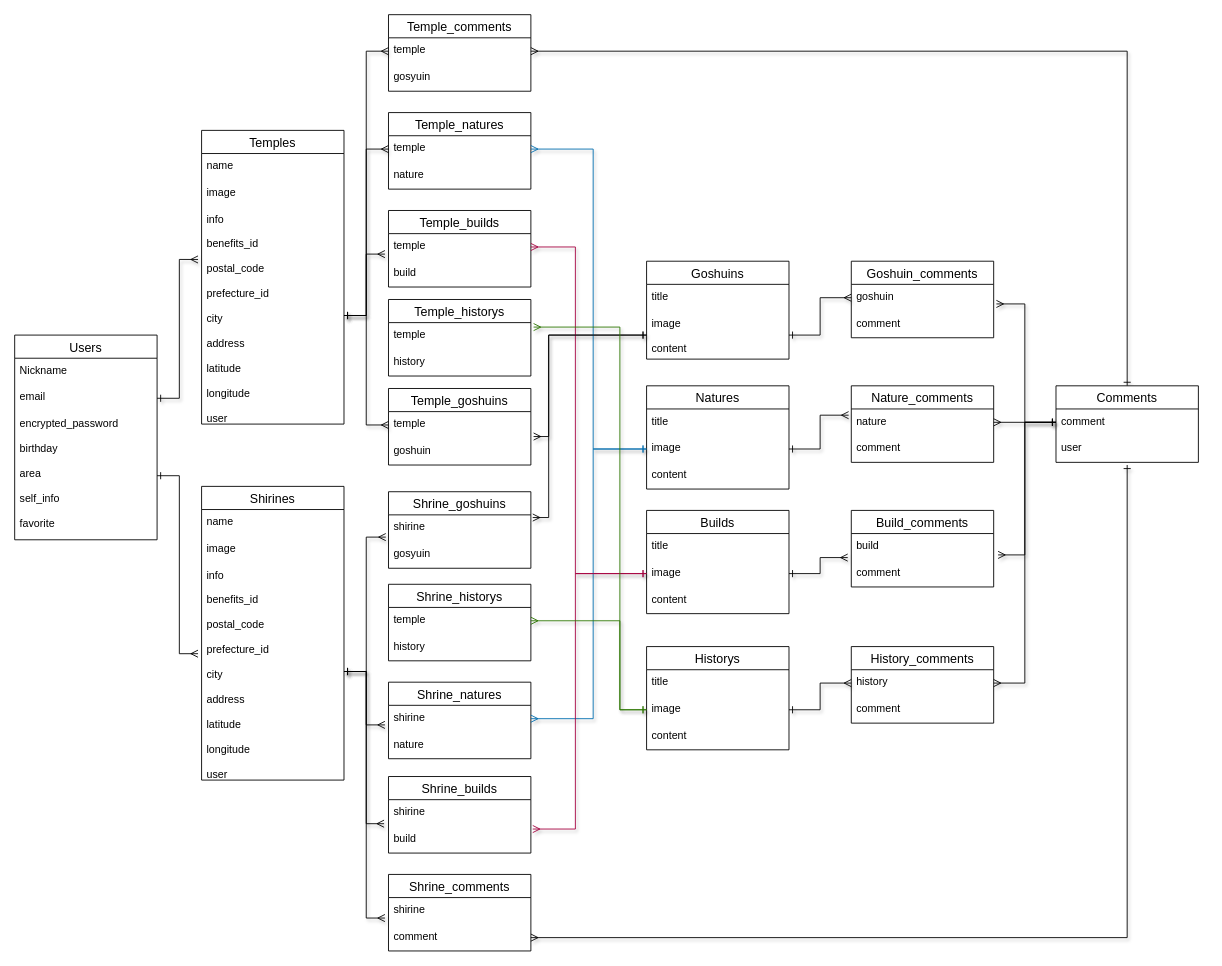
Earlier version of the draw.io diagram mainoru.dio (Ytakagi66/mainoru-31924). Source tidied: cells renumbered, new cells numbered last; positions are measured from the earlier drawing's top-left corner, leaving out a move shared by most shapes. Both pictures are drawn from the tidied source at 89%, with x=0, y=0 at pixel (14, 14).
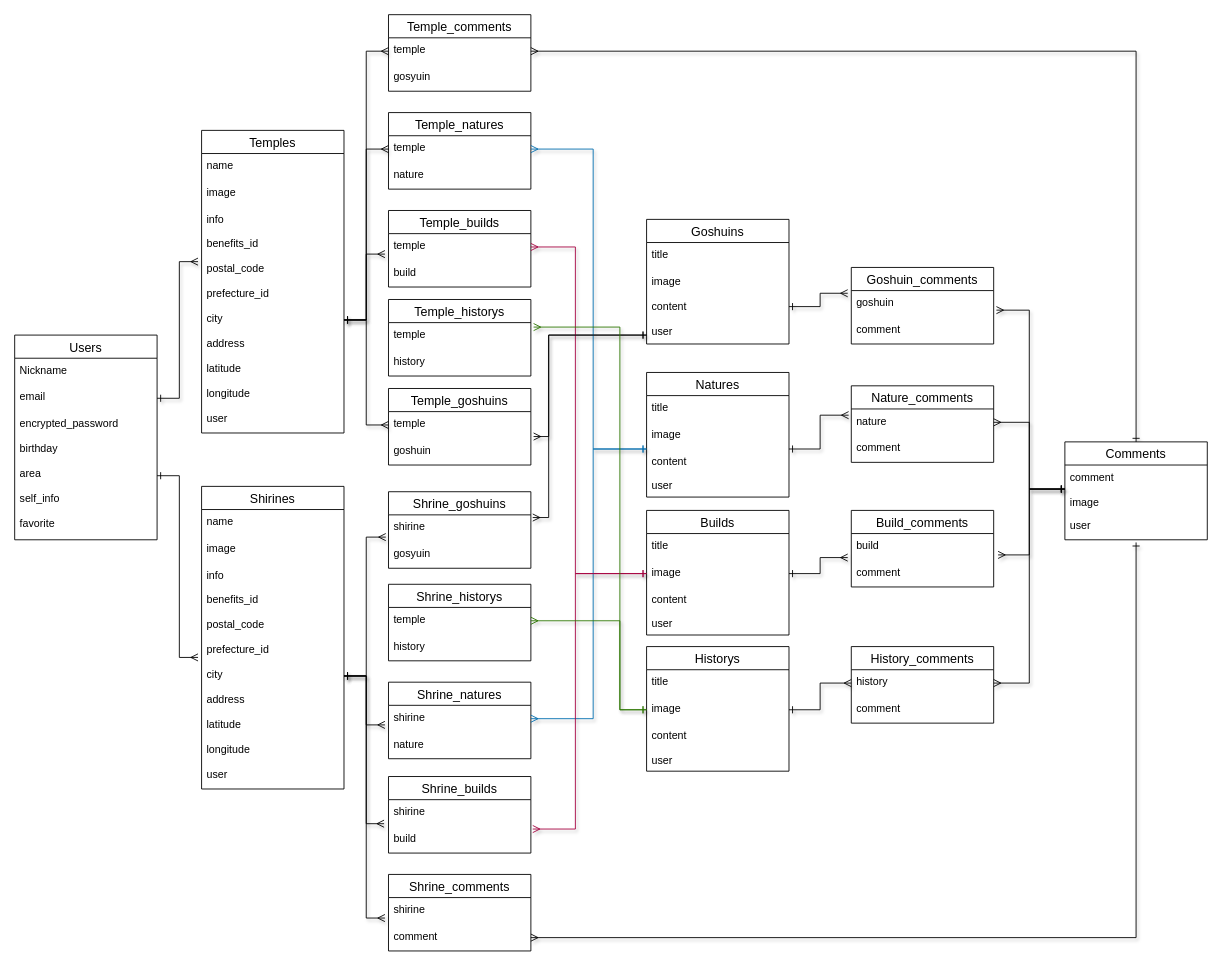
The same page after the edit.

The change refers to these unchanged cells:
```xml
<mxCell id="40" value="comment" style="text;strokeColor=none;fillColor=none;spacingLeft=4;spacingRight=4;overflow=hidden;points=[[0,0.5],[1,0.5]];portConstraint=eastwest;fontSize=12;" parent="38" vertex="1">
  <mxGeometry y="56" width="160" height="30" as="geometry" />
</mxCell>
<mxCell id="54" value="goshuin" style="text;strokeColor=none;fillColor=none;spacingLeft=4;spacingRight=4;overflow=hidden;points=[[0,0.5],[1,0.5]];portConstraint=eastwest;fontSize=12;" parent="53" vertex="1">
  <mxGeometry y="26" width="160" height="30" as="geometry" />
</mxCell>
```

The edit, as a diff of the source:
```diff
@@
     <mxCell id="6" value="Temples" style="swimlane;fontStyle=0;horizontal=1;startSize=26;align=center;fontSize=14;" parent="1" vertex="1">
-      <mxGeometry x="210" y="130" width="160" height="330" as="geometry" />
+      <mxGeometry x="210" y="130" width="160" height="340" as="geometry" />
     </mxCell>
@@
     <mxCell id="9" value="info&#10;&#10;benefits_id&#10;&#10;postal_code&#10;&#10;prefecture_id&#10;&#10;city&#10;&#10;address&#10;&#10;latitude&#10;&#10;longitude&#10;&#10;user" style="text;strokeColor=none;fillColor=none;spacingLeft=4;spacingRight=4;overflow=hidden;points=[[0,0.5],[1,0.5]];portConstraint=eastwest;fontSize=12;" parent="6" vertex="1">
-      <mxGeometry y="86" width="160" height="244" as="geometry" />
+      <mxGeometry y="86" width="160" height="254" as="geometry" />
     </mxCell>
     <mxCell id="10" value="Natures" style="swimlane;fontStyle=0;horizontal=1;startSize=26;align=center;fontSize=14;" parent="1" vertex="1">
-      <mxGeometry x="710" y="417" width="160" height="116" as="geometry" />
+      <mxGeometry x="710" y="402" width="160" height="140" as="geometry" />
     </mxCell>
@@
-    <mxCell id="13" value="content" style="text;strokeColor=none;fillColor=none;spacingLeft=4;spacingRight=4;overflow=hidden;fontSize=12;" parent="10" vertex="1">
-      <mxGeometry y="86" width="160" height="30" as="geometry" />
+    <mxCell id="13" value="content&#10;&#10;user" style="text;strokeColor=none;fillColor=none;spacingLeft=4;spacingRight=4;overflow=hidden;fontSize=12;" parent="10" vertex="1">
+      <mxGeometry y="86" width="160" height="54" as="geometry" />
     </mxCell>
     <mxCell id="14" value="Shirines" style="swimlane;fontStyle=0;horizontal=1;startSize=26;align=center;fontSize=14;" parent="1" vertex="1">
-      <mxGeometry x="210" y="530" width="160" height="330" as="geometry" />
+      <mxGeometry x="210" y="530" width="160" height="340" as="geometry" />
     </mxCell>
@@
     <mxCell id="17" value="info&#10;&#10;benefits_id&#10;&#10;postal_code&#10;&#10;prefecture_id&#10;&#10;city&#10;&#10;address&#10;&#10;latitude&#10;&#10;longitude&#10;&#10;user" style="text;strokeColor=none;fillColor=none;spacingLeft=4;spacingRight=4;overflow=hidden;points=[[0,0.5],[1,0.5]];portConstraint=eastwest;fontSize=12;" parent="14" vertex="1">
-      <mxGeometry y="86" width="160" height="244" as="geometry" />
+      <mxGeometry y="86" width="160" height="254" as="geometry" />
     </mxCell>
@@
     <mxCell id="31" value="Goshuins" style="swimlane;fontStyle=0;horizontal=1;startSize=26;align=center;fontSize=14;" parent="1" vertex="1">
-      <mxGeometry x="710" y="277" width="160" height="110" as="geometry" />
+      <mxGeometry x="710" y="230" width="160" height="140" as="geometry" />
     </mxCell>
@@
-    <mxCell id="33" value="image&#10;&#10;content" style="text;strokeColor=none;fillColor=none;spacingLeft=4;spacingRight=4;overflow=hidden;points=[[0,0.5],[1,0.5]];portConstraint=eastwest;fontSize=12;" parent="31" vertex="1">
-      <mxGeometry y="56" width="160" height="54" as="geometry" />
+    <mxCell id="33" value="image&#10;&#10;content&#10;&#10;user" style="text;strokeColor=none;fillColor=none;spacingLeft=4;spacingRight=4;overflow=hidden;points=[[0,0.5],[1,0.5]];portConstraint=eastwest;fontSize=12;" parent="31" vertex="1">
+      <mxGeometry y="56" width="160" height="84" as="geometry" />
     </mxCell>
     <mxCell id="34" value="Builds" style="swimlane;fontStyle=0;horizontal=1;startSize=26;align=center;fontSize=14;" parent="1" vertex="1">
-      <mxGeometry x="710" y="557" width="160" height="116" as="geometry" />
+      <mxGeometry x="710" y="557" width="160" height="140" as="geometry" />
     </mxCell>
@@
-    <mxCell id="37" value="content" style="text;strokeColor=none;fillColor=none;spacingLeft=4;spacingRight=4;overflow=hidden;fontSize=12;" parent="34" vertex="1">
-      <mxGeometry y="86" width="160" height="30" as="geometry" />
+    <mxCell id="37" value="content&#10;&#10;user" style="text;strokeColor=none;fillColor=none;spacingLeft=4;spacingRight=4;overflow=hidden;fontSize=12;" parent="34" vertex="1">
+      <mxGeometry y="86" width="160" height="54" as="geometry" />
     </mxCell>
@@
     <mxCell id="53" value="Goshuin_comments" style="swimlane;fontStyle=0;horizontal=1;startSize=26;align=center;fontSize=14;" parent="1" vertex="1">
-      <mxGeometry x="940" y="277" width="160" height="86" as="geometry" />
+      <mxGeometry x="940" y="284" width="160" height="86" as="geometry" />
     </mxCell>
@@
     <mxCell id="60" value="Comments" style="swimlane;fontStyle=0;horizontal=1;startSize=26;align=center;fontSize=14;" parent="1" vertex="1">
-      <mxGeometry x="1170" y="417" width="160" height="86" as="geometry" />
+      <mxGeometry x="1180" y="480" width="160" height="110" as="geometry" />
     </mxCell>
-    <mxCell id="61" value="comment" style="text;strokeColor=none;fillColor=none;spacingLeft=4;spacingRight=4;overflow=hidden;points=[[0,0.5],[1,0.5]];portConstraint=eastwest;fontSize=12;" parent="60" vertex="1">
-      <mxGeometry y="26" width="160" height="30" as="geometry" />
+    <mxCell id="61" value="comment&#10;&#10;image" style="text;strokeColor=none;fillColor=none;spacingLeft=4;spacingRight=4;overflow=hidden;points=[[0,0.5],[1,0.5]];portConstraint=eastwest;fontSize=12;" parent="60" vertex="1">
+      <mxGeometry y="26" width="160" height="54" as="geometry" />
     </mxCell>
     <mxCell id="62" value="user" style="text;strokeColor=none;fillColor=none;spacingLeft=4;spacingRight=4;overflow=hidden;points=[[0,0.5],[1,0.5]];portConstraint=eastwest;fontSize=12;" parent="60" vertex="1">
-      <mxGeometry y="56" width="160" height="30" as="geometry" />
+      <mxGeometry y="80" width="160" height="30" as="geometry" />
     </mxCell>
@@
     <mxCell id="78" value="Historys" style="swimlane;fontStyle=0;horizontal=1;startSize=26;align=center;fontSize=14;" parent="1" vertex="1">
-      <mxGeometry x="710" y="710" width="160" height="116" as="geometry" />
+      <mxGeometry x="710" y="710" width="160" height="140" as="geometry" />
     </mxCell>
@@
-    <mxCell id="81" value="content" style="text;strokeColor=none;fillColor=none;spacingLeft=4;spacingRight=4;overflow=hidden;fontSize=12;" parent="78" vertex="1">
-      <mxGeometry y="86" width="160" height="30" as="geometry" />
+    <mxCell id="81" value="content&#10;&#10;user" style="text;strokeColor=none;fillColor=none;spacingLeft=4;spacingRight=4;overflow=hidden;fontSize=12;" parent="78" vertex="1">
+      <mxGeometry y="86" width="160" height="54" as="geometry" />
     </mxCell>
@@
-    <mxCell id="85" style="edgeStyle=orthogonalEdgeStyle;rounded=0;jettySize=auto;html=1;entryX=0;entryY=0.5;entryDx=0;entryDy=0;shadow=1;startArrow=ERone;startFill=0;endArrow=ERmany;endFill=0;" parent="1" edge="1" source="33" target="54">
+    <mxCell id="85" style="edgeStyle=orthogonalEdgeStyle;rounded=0;jettySize=auto;html=1;entryX=-0.025;entryY=0.1;entryDx=0;entryDy=0;shadow=1;startArrow=ERone;startFill=0;endArrow=ERmany;endFill=0;entryPerimeter=0;" parent="1" edge="1" source="33" target="54">
       <mxGeometry relative="1" as="geometry" />
     </mxCell>
@@
     <mxCell id="93" style="edgeStyle=orthogonalEdgeStyle;rounded=0;jettySize=auto;html=1;shadow=1;startArrow=ERmany;startFill=0;endArrow=ERone;endFill=0;entryX=0.5;entryY=1.1;entryDx=0;entryDy=0;entryPerimeter=0;" parent="1" edge="1" source="40" target="62">
       <mxGeometry relative="1" as="geometry">
         <Array as="points">
-          <mxPoint x="1250" y="1037" />
+          <mxPoint x="1260" y="1037" />
         </Array>
       </mxGeometry>
     </mxCell>
```
